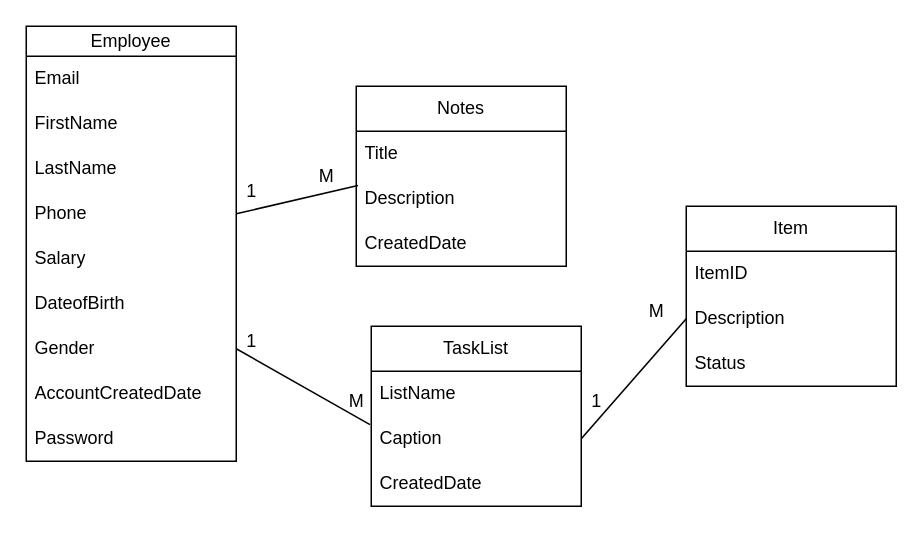
isumhansana/aiphp keeps this draw.io diagram as designs/Database.drawio. Above is the earlier version. Source tidied: cells renumbered, new cells numbered last; positions are measured from the earlier drawing's top-left corner, leaving out a move shared by most shapes. Both pictures are drawn from the tidied source at 150%, with x=0, y=0 at pixel (26, 26).
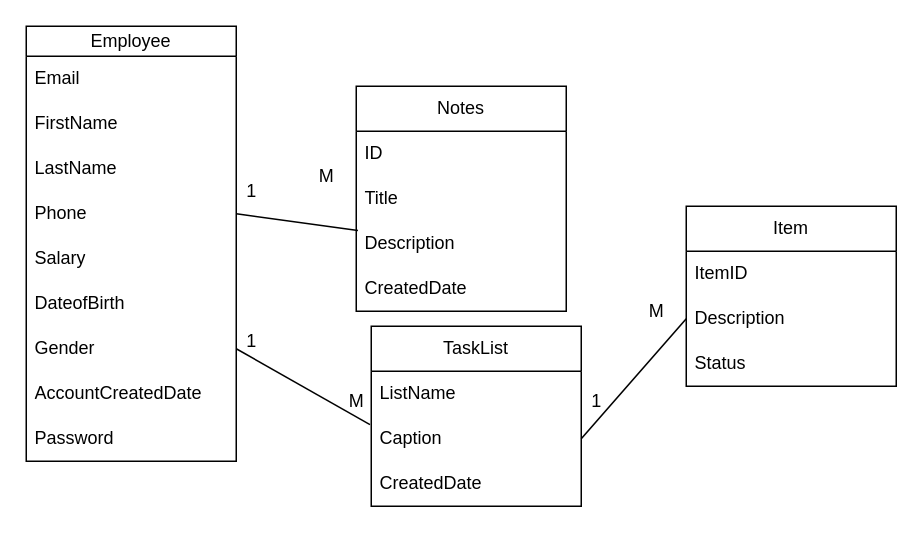
The same diagram, later.

Diff of the diagram source:
```diff
@@
     <mxCell id="12" value="Notes" style="swimlane;fontStyle=0;horizontal=1;startSize=30;whiteSpace=wrap;html=1;" parent="1" vertex="1">
-      <mxGeometry x="220" y="40" width="140" height="120" as="geometry" />
+      <mxGeometry x="220" y="40" width="140" height="150" as="geometry" />
     </mxCell>
+    <mxCell id="34" value="ID" style="text;strokeColor=none;fillColor=none;align=left;verticalAlign=middle;spacingLeft=4;spacingRight=4;overflow=hidden;whiteSpace=wrap;html=1;" parent="12" vertex="1">
+      <mxGeometry y="30" width="140" height="30" as="geometry" />
+    </mxCell>
     <mxCell id="13" value="Title" style="text;strokeColor=none;fillColor=none;align=left;verticalAlign=middle;spacingLeft=4;spacingRight=4;overflow=hidden;points=[[0,0.5],[1,0.5]];portConstraint=eastwest;whiteSpace=wrap;html=1;" parent="12" vertex="1">
-      <mxGeometry y="30" width="140" height="30" as="geometry" />
+      <mxGeometry y="60" width="140" height="30" as="geometry" />
     </mxCell>
     <mxCell id="14" value="Description" style="text;strokeColor=none;fillColor=none;align=left;verticalAlign=middle;spacingLeft=4;spacingRight=4;overflow=hidden;points=[[0,0.5],[1,0.5]];portConstraint=eastwest;whiteSpace=wrap;html=1;" parent="12" vertex="1">
-      <mxGeometry y="60" width="140" height="30" as="geometry" />
+      <mxGeometry y="90" width="140" height="30" as="geometry" />
     </mxCell>
     <mxCell id="15" value="CreatedDate" style="text;strokeColor=none;fillColor=none;align=left;verticalAlign=middle;spacingLeft=4;spacingRight=4;overflow=hidden;whiteSpace=wrap;html=1;" parent="12" vertex="1">
-      <mxGeometry y="90" width="140" height="30" as="geometry" />
+      <mxGeometry y="120" width="140" height="30" as="geometry" />
     </mxCell>
```
